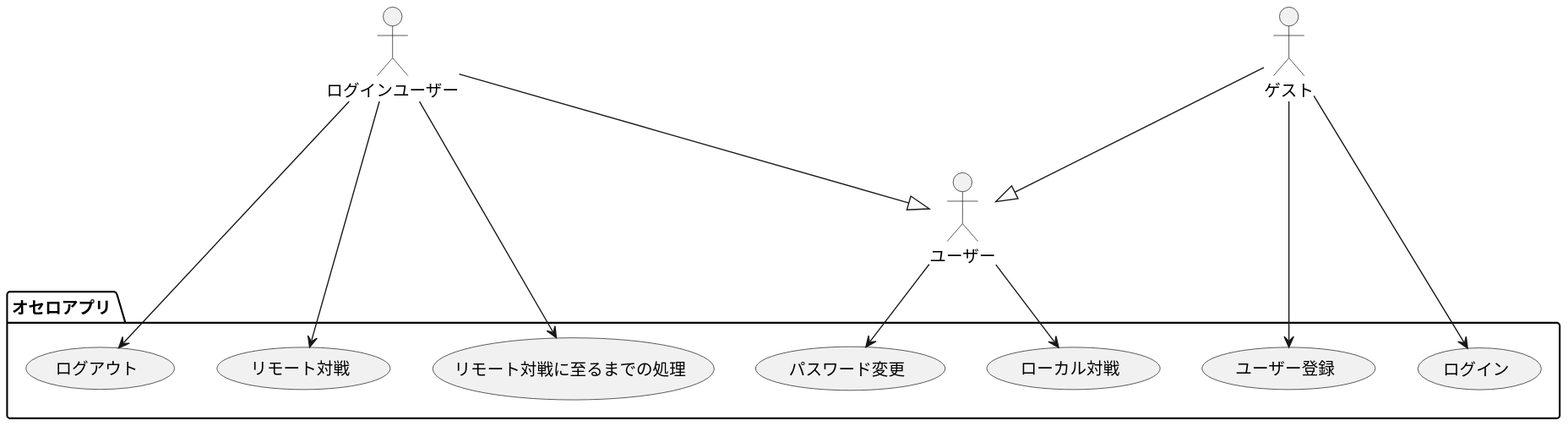
Above: docs/usecase/usecase_diagram/usecase.svg in tomoki-shiozaki/othello (PlantUML), before the change. Source of this version:
```plantuml
@startuml
skinparam defaultFontName "Noto Sans CJK JP"
actor ログインユーザー
actor ゲスト
actor ユーザー

ゲスト --|> ユーザー
ログインユーザー --|> ユーザー

package "オセロアプリ " {
ゲスト --> (ユーザー登録)
ゲスト --> (ログイン)
ログインユーザー --> (ログアウト)
ユーザー --> (パスワード変更)
ログインユーザー --> (リモート対戦)
ユーザー --> (ローカル対戦)
ログインユーザー --> (リモート対戦に至るまでの処理)
}
@enduml
```
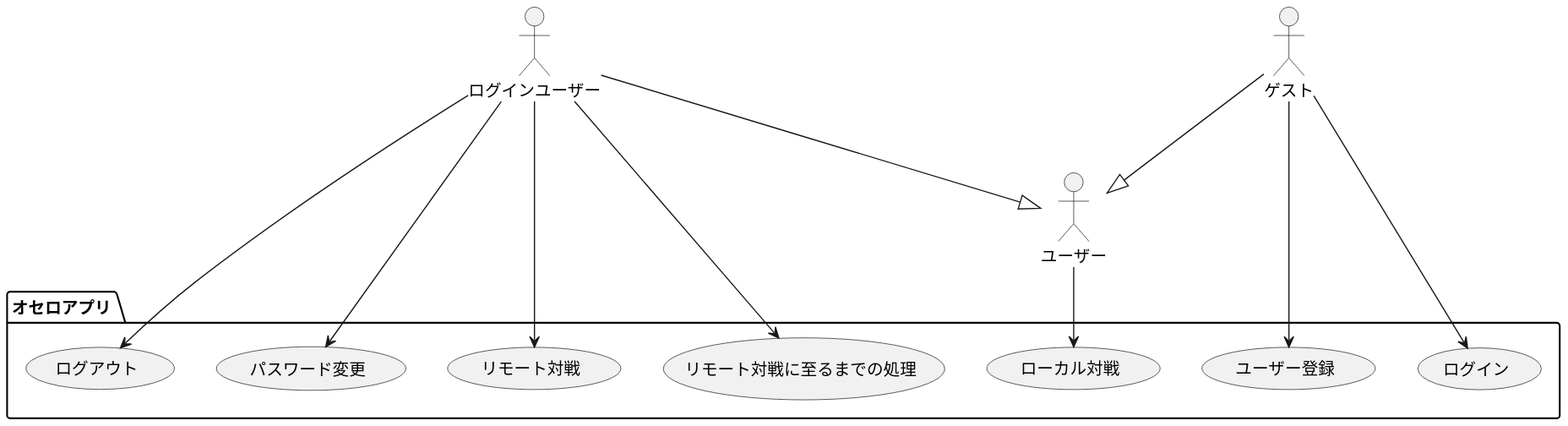
After the change.

Change to the diagram source:
```diff
@@ -11,7 +11,7 @@
 ゲスト --> (ユーザー登録)
 ゲスト --> (ログイン)
 ログインユーザー --> (ログアウト)
-ユーザー --> (パスワード変更)
+ログインユーザー --> (パスワード変更)
 ログインユーザー --> (リモート対戦)
 ユーザー --> (ローカル対戦)
 ログインユーザー --> (リモート対戦に至るまでの処理)
```
